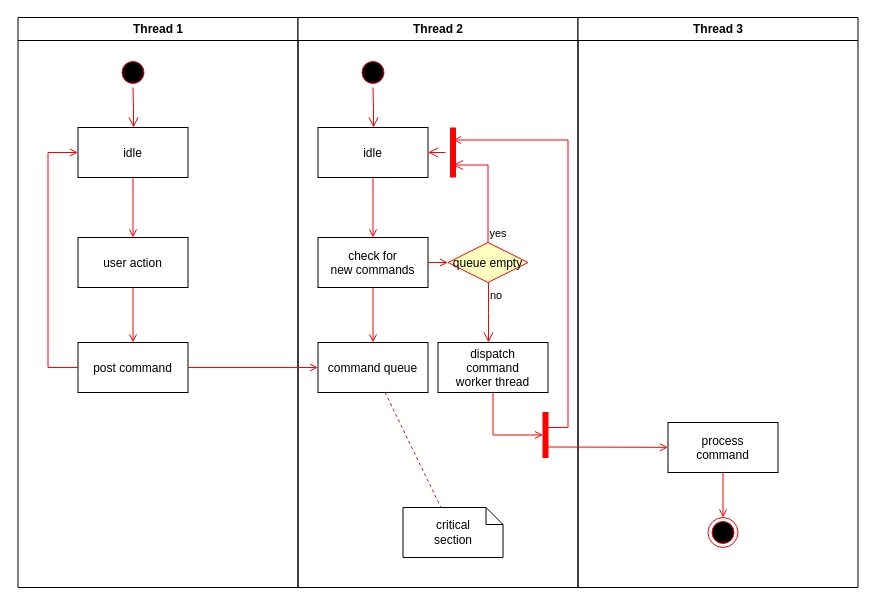
This is Untitled Diagram.drawio from WALL-E-VA/WALL-E-VA, a draw.io file, before an edit. Source tidied: cells renumbered, new cells numbered last; positions are measured from the earlier drawing's top-left corner, leaving out a move shared by most shapes. Both pictures are drawn from the tidied source at 100%, with x=0, y=0 at pixel (17, 17).
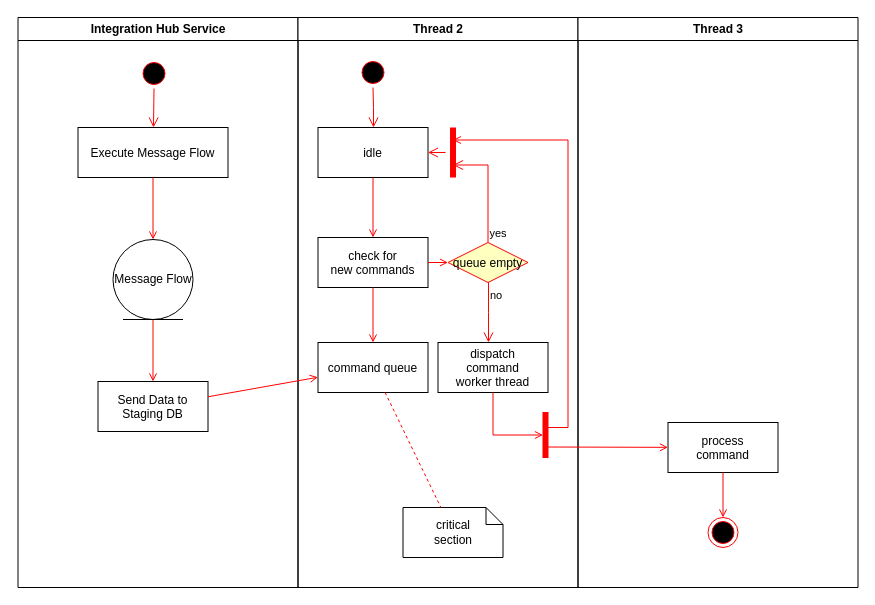
Above is the later version.

The edit, as a diff of the source:
```diff
@@
-    <mxCell id="2" value="Thread 1" style="swimlane;whiteSpace=wrap;" parent="1" vertex="1">
+    <mxCell id="2" value="Integration Hub Service" style="swimlane;whiteSpace=wrap;" parent="1" vertex="1">
       <mxGeometry x="0.5" width="280" height="570" as="geometry" />
     </mxCell>
     <mxCell id="3" style="ellipse;shape=startState;fillColor=#000000;strokeColor=#ff0000;" parent="2" vertex="1">
-      <mxGeometry x="100" y="40" width="30" height="30" as="geometry" />
+      <mxGeometry x="121" y="41" width="30" height="30" as="geometry" />
     </mxCell>
-    <mxCell id="4" style="edgeStyle=elbowEdgeStyle;elbow=horizontal;verticalAlign=bottom;endArrow=open;endSize=8;strokeColor=#FF0000;endFill=1;rounded=0;" parent="2" edge="1" source="3" target="5">
-      <mxGeometry x="100" y="40" as="geometry" />
+    <mxCell id="4" style="edgeStyle=elbowEdgeStyle;elbow=horizontal;verticalAlign=bottom;endArrow=open;endSize=8;strokeColor=#FF0000;endFill=1;rounded=0;entryX=0.5;entryY=0;entryDx=0;entryDy=0;" parent="2" edge="1" source="3" target="5">
+      <mxGeometry x="122" y="40" as="geometry" />
     </mxCell>
-    <mxCell id="5" value="idle" parent="2" vertex="1">
-      <mxGeometry x="60" y="110" width="110" height="50" as="geometry" />
+    <mxCell id="5" value="Execute Message Flow" parent="2" vertex="1">
+      <mxGeometry x="60" y="110" width="150" height="50" as="geometry" />
     </mxCell>
-    <mxCell id="6" value="user action" parent="2" vertex="1">
-      <mxGeometry x="60" y="220" width="110" height="50" as="geometry" />
-    </mxCell>
-    <mxCell id="7" style="endArrow=open;strokeColor=#FF0000;endFill=1;rounded=0;" parent="2" edge="1" source="5" target="6">
+    <mxCell id="7" style="endArrow=open;strokeColor=#FF0000;endFill=1;rounded=0;entryX=0.5;entryY=0;entryDx=0;entryDy=0;" parent="2" edge="1" source="5" target="37">
       <mxGeometry relative="1" as="geometry" />
     </mxCell>
-    <mxCell id="8" value="post command" parent="2" vertex="1">
-      <mxGeometry x="60" y="325" width="110" height="50" as="geometry" />
+    <mxCell id="8" value="&#10;Send Data to &#10;Staging DB&#10;" style="verticalAlign=middle;align=center;" parent="2" vertex="1">
+      <mxGeometry x="80" y="364" width="110" height="50" as="geometry" />
     </mxCell>
-    <mxCell id="9" style="endArrow=open;strokeColor=#FF0000;endFill=1;rounded=0;" parent="2" edge="1" source="6" target="8">
+    <mxCell id="9" style="endArrow=open;strokeColor=#FF0000;endFill=1;rounded=0;exitX=0.5;exitY=1;exitDx=0;exitDy=0;" parent="2" edge="1" source="37" target="8">
       <mxGeometry relative="1" as="geometry" />
     </mxCell>
-    <mxCell id="10" style="edgeStyle=elbowEdgeStyle;elbow=horizontal;strokeColor=#FF0000;endArrow=open;endFill=1;rounded=0;" parent="2" edge="1" source="8" target="5">
-      <mxGeometry relative="1" as="geometry">
-        <Array as="points">
-          <mxPoint x="30" y="250" />
-        </Array>
-      </mxGeometry>
-    </mxCell>
+    <mxCell id="37" value="Message Flow" style="ellipse;shape=umlEntity;whiteSpace=wrap;html=1;" parent="2" vertex="1">
+      <mxGeometry x="95" y="222" width="80" height="80" as="geometry" />
+    </mxCell>
```
